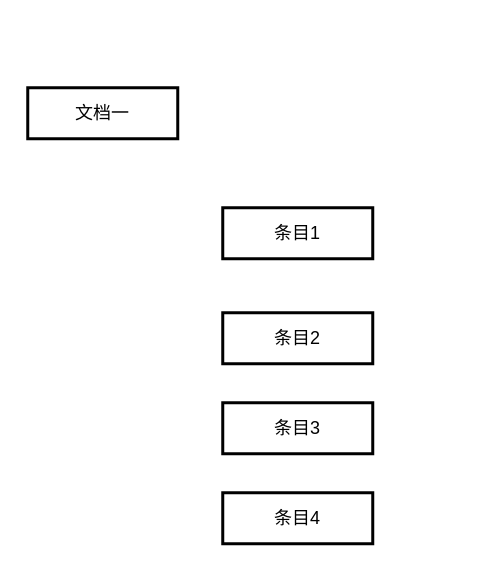
Before: 多文档关系.drawio in ColinCongDu/chart, a draw.io diagram. Source tidied: cells renumbered, new cells numbered last; positions are measured from the earlier drawing's top-left corner, leaving out a move shared by most shapes. Both pictures are drawn from the tidied source at 150%, with x=0, y=0 at pixel (27, 87).
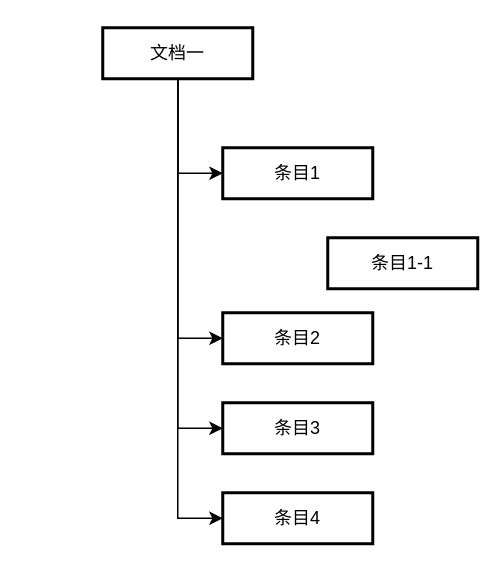
Above is the later version.

Commit message (it also covers changes not shown here):
更新多文档关系.drawio

What changed in the source:
```diff
@@
 <mxGraphModel>
   <root>
     <mxCell id="0" />
     <mxCell id="1" parent="0" />
+    <mxCell id="7" style="edgeStyle=orthogonalEdgeStyle;rounded=0;jettySize=auto;html=1;entryX=0;entryY=0.5;entryDx=0;entryDy=0;" parent="1" edge="1" source="2" target="5">
+      <mxGeometry relative="1" as="geometry" />
+    </mxCell>
+    <mxCell id="8" style="edgeStyle=orthogonalEdgeStyle;rounded=0;jettySize=auto;html=1;entryX=0;entryY=0.5;entryDx=0;entryDy=0;" parent="1" edge="1" source="2" target="4">
+      <mxGeometry relative="1" as="geometry" />
+    </mxCell>
+    <mxCell id="9" style="edgeStyle=orthogonalEdgeStyle;rounded=0;jettySize=auto;html=1;entryX=0;entryY=0.5;entryDx=0;entryDy=0;" parent="1" edge="1" source="2" target="3">
+      <mxGeometry relative="1" as="geometry" />
+    </mxCell>
+    <mxCell id="10" style="edgeStyle=orthogonalEdgeStyle;rounded=0;jettySize=auto;html=1;entryX=0;entryY=0.5;entryDx=0;entryDy=0;" parent="1" edge="1" source="2" target="6">
+      <mxGeometry relative="1" as="geometry" />
+    </mxCell>
     <mxCell id="2" value="文档一" style="whiteSpace=wrap;strokeWidth=2;" parent="1" vertex="1">
-      <mxGeometry width="100" height="34" as="geometry" />
+      <mxGeometry x="50" y="-40" width="100" height="34" as="geometry" />
     </mxCell>
     <mxCell id="3" value="条目1" style="whiteSpace=wrap;strokeWidth=2;" parent="1" vertex="1">
-      <mxGeometry x="130" y="80" width="100" height="34" as="geometry" />
+      <mxGeometry x="130" y="40" width="100" height="34" as="geometry" />
     </mxCell>
     <mxCell id="4" value="条目2" style="whiteSpace=wrap;strokeWidth=2;" parent="1" vertex="1">
       <mxGeometry x="130" y="150" width="100" height="34" as="geometry" />
     </mxCell>
     <mxCell id="5" value="条目3" style="whiteSpace=wrap;strokeWidth=2;" parent="1" vertex="1">
       <mxGeometry x="130" y="210" width="100" height="34" as="geometry" />
     </mxCell>
     <mxCell id="6" value="条目4" style="whiteSpace=wrap;strokeWidth=2;" parent="1" vertex="1">
       <mxGeometry x="130" y="270" width="100" height="34" as="geometry" />
     </mxCell>
+    <mxCell id="11" value="条目1-1" style="whiteSpace=wrap;strokeWidth=2;" parent="1" vertex="1">
+      <mxGeometry x="200" y="100" width="100" height="34" as="geometry" />
+    </mxCell>
   </root>
 </mxGraphModel>
```
